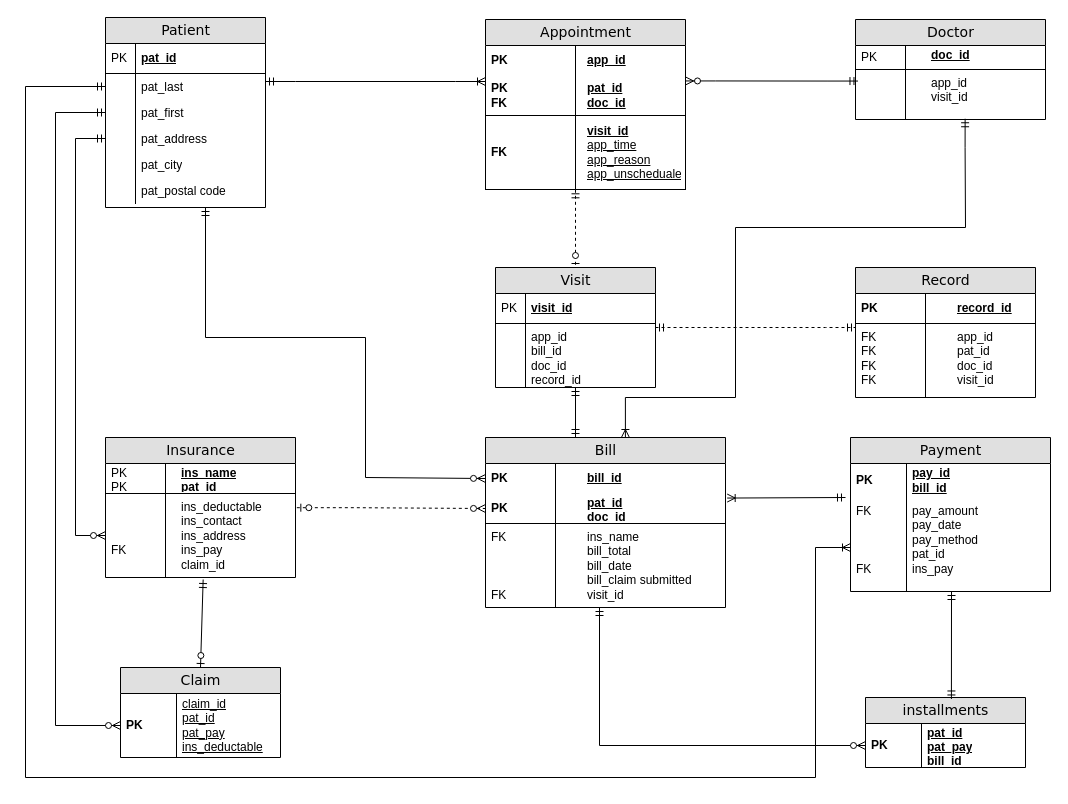
Above: Untitled Diagram.drawio in mushyshah/Project-X (draw.io), before the change. Source tidied: cells renumbered, new cells numbered last; positions are measured from the earlier drawing's top-left corner, leaving out a move shared by most shapes. Both pictures are drawn from the tidied source at 100%, with x=0, y=0 at pixel (25, 17).
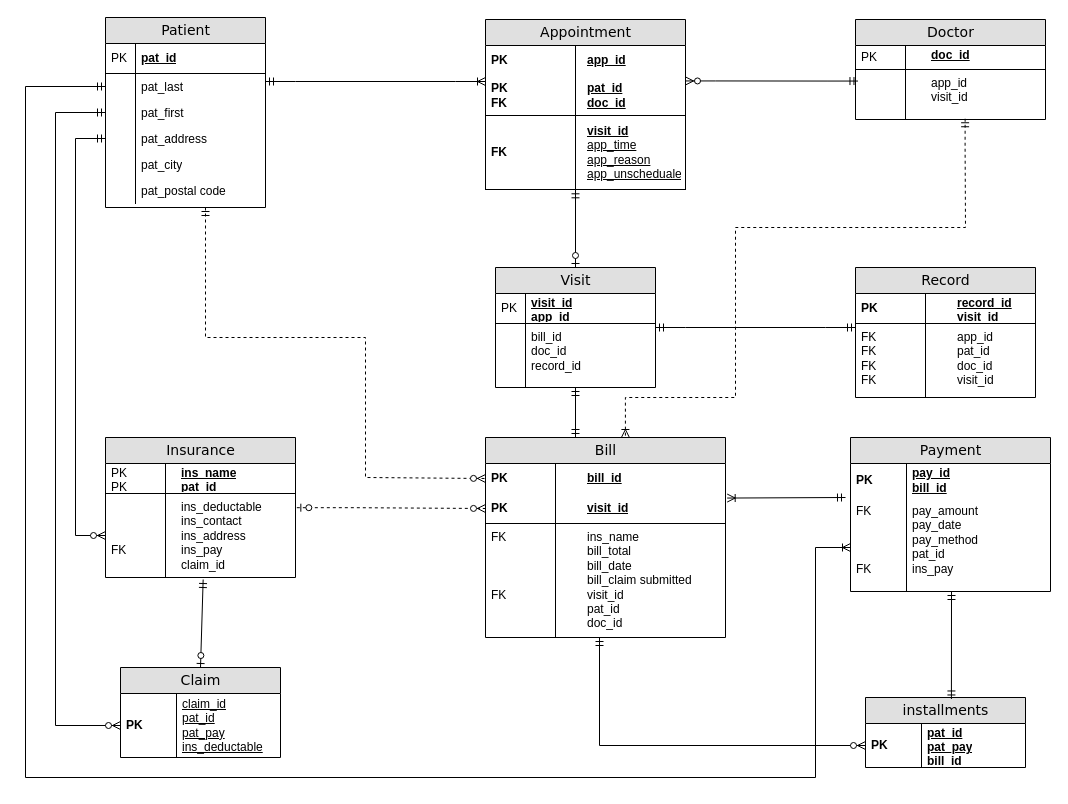
Above is the later version.

The change refers to these unchanged cells:
```xml
<mxCell id="7" value="&lt;blockquote style=&quot;margin: 0 0 0 40px; border: none; padding: 0px;&quot;&gt;visit_id&lt;/blockquote&gt;&lt;blockquote style=&quot;margin: 0 0 0 40px; border: none; padding: 0px;&quot;&gt;&lt;span style=&quot;font-weight: normal;&quot;&gt;app_time&lt;/span&gt;&lt;/blockquote&gt;&lt;blockquote style=&quot;margin: 0 0 0 40px; border: none; padding: 0px;&quot;&gt;&lt;span style=&quot;font-weight: normal;&quot;&gt;app_reason&lt;/span&gt;&lt;/blockquote&gt;&lt;blockquote style=&quot;margin: 0 0 0 40px; border: none; padding: 0px;&quot;&gt;&lt;span style=&quot;font-weight: normal;&quot;&gt;app_unschedualed&lt;/span&gt;&lt;/blockquote&gt;" style="shape=partialRectangle;top=0;left=0;right=0;bottom=1;html=1;align=left;verticalAlign=middle;fillColor=none;spacingLeft=60;spacingRight=4;whiteSpace=wrap;overflow=hidden;points=[[0,0.5],[1,0.5]];portConstraint=eastwest;fontStyle=5;" parent="2" vertex="1">
  <mxGeometry y="96" width="200" height="74" as="geometry" />
</mxCell>
<mxCell id="12" value="&lt;blockquote style=&quot;margin: 0 0 0 40px; border: none; padding: 0px;&quot;&gt;app_id&lt;/blockquote&gt;&lt;blockquote style=&quot;margin: 0 0 0 40px; border: none; padding: 0px;&quot;&gt;visit_id&lt;/blockquote&gt;&lt;blockquote style=&quot;margin: 0 0 0 40px; border: none; padding: 0px;&quot;&gt;&lt;br&gt;&lt;/blockquote&gt;" style="shape=partialRectangle;top=0;left=0;right=0;bottom=0;html=1;align=left;verticalAlign=top;fillColor=none;spacingLeft=34;spacingRight=4;whiteSpace=wrap;overflow=hidden;points=[[0,0.5],[1,0.5]];portConstraint=eastwest;" parent="9" vertex="1">
  <mxGeometry y="50" width="190" height="50" as="geometry" />
</mxCell>
<mxCell id="19" value="Visit" style="swimlane;html=1;fontStyle=0;horizontal=1;startSize=26;fillColor=#e0e0e0;swimlaneFillColor=#ffffff;align=center;rounded=0;shadow=0;comic=0;labelBackgroundColor=none;strokeWidth=1;fontFamily=Verdana;fontSize=14;" parent="1" vertex="1">
  <mxGeometry x="470" y="250" width="160" height="120" as="geometry" />
</mxCell>
<mxCell id="24" value="Record" style="swimlane;html=1;fontStyle=0;horizontal=1;startSize=26;fillColor=#e0e0e0;swimlaneFillColor=#ffffff;align=center;rounded=0;shadow=0;comic=0;labelBackgroundColor=none;strokeWidth=1;fontFamily=Verdana;fontSize=14;" parent="1" vertex="1">
  <mxGeometry x="830" y="250" width="180" height="130" as="geometry" />
</mxCell>
<mxCell id="27" value="&lt;blockquote style=&quot;margin: 0 0 0 40px; border: none; padding: 0px;&quot;&gt;app_id&lt;/blockquote&gt;&lt;blockquote style=&quot;margin: 0 0 0 40px; border: none; padding: 0px;&quot;&gt;pat_id&lt;/blockquote&gt;&lt;blockquote style=&quot;margin: 0 0 0 40px; border: none; padding: 0px;&quot;&gt;doc_id&lt;/blockquote&gt;&lt;blockquote style=&quot;margin: 0 0 0 40px; border: none; padding: 0px;&quot;&gt;visit_id&lt;/blockquote&gt;" style="shape=partialRectangle;top=0;left=0;right=0;bottom=0;html=1;align=left;verticalAlign=top;fillColor=none;spacingLeft=60;spacingRight=4;whiteSpace=wrap;overflow=hidden;points=[[0,0.5],[1,0.5]];portConstraint=eastwest;" parent="24" vertex="1">
  <mxGeometry y="56" width="180" height="74" as="geometry" />
</mxCell>
<mxCell id="38" value="&lt;blockquote style=&quot;margin: 0 0 0 40px; border: none; padding: 0px;&quot;&gt;bill_id&lt;/blockquote&gt;" style="shape=partialRectangle;top=0;left=0;right=0;bottom=0;html=1;align=left;verticalAlign=middle;fillColor=none;spacingLeft=60;spacingRight=4;whiteSpace=wrap;overflow=hidden;points=[[0,0.5],[1,0.5]];portConstraint=eastwest;fontStyle=5;" parent="37" vertex="1">
  <mxGeometry y="26" width="240" height="30" as="geometry" />
</mxCell>
```

Change to the diagram source:
```diff
@@
-    <mxCell id="20" value="visit_id" style="shape=partialRectangle;top=0;left=0;right=0;bottom=1;html=1;align=left;verticalAlign=middle;fillColor=none;spacingLeft=34;spacingRight=4;whiteSpace=wrap;overflow=hidden;fontStyle=5;" parent="19" vertex="1">
+    <mxCell id="20" value="visit_id&lt;br&gt;app_id" style="shape=partialRectangle;top=0;left=0;right=0;bottom=1;html=1;align=left;verticalAlign=middle;fillColor=none;spacingLeft=34;spacingRight=4;whiteSpace=wrap;overflow=hidden;fontStyle=5;" parent="19" vertex="1">
       <mxGeometry y="26" width="160" height="30" as="geometry" />
     </mxCell>
@@
-    <mxCell id="22" value="app_id&lt;br&gt;bill_id&lt;br&gt;doc_id&lt;br&gt;record_id" style="shape=partialRectangle;top=0;left=0;right=0;bottom=0;html=1;align=left;verticalAlign=top;fillColor=none;spacingLeft=34;spacingRight=4;whiteSpace=wrap;overflow=hidden;" parent="19" vertex="1">
+    <mxCell id="22" value="bill_id&lt;br&gt;doc_id&lt;br&gt;record_id" style="shape=partialRectangle;top=0;left=0;right=0;bottom=0;html=1;align=left;verticalAlign=top;fillColor=none;spacingLeft=34;spacingRight=4;whiteSpace=wrap;overflow=hidden;" parent="19" vertex="1">
       <mxGeometry y="56" width="160" height="64" as="geometry" />
     </mxCell>
@@
-    <mxCell id="25" value="&lt;blockquote style=&quot;margin: 0 0 0 40px; border: none; padding: 0px;&quot;&gt;record_id&lt;/blockquote&gt;" style="shape=partialRectangle;top=0;left=0;right=0;bottom=1;html=1;align=left;verticalAlign=middle;fillColor=none;spacingLeft=60;spacingRight=4;whiteSpace=wrap;overflow=hidden;fontStyle=5;" parent="24" vertex="1">
+    <mxCell id="25" value="&lt;blockquote style=&quot;margin: 0 0 0 40px; border: none; padding: 0px;&quot;&gt;record_id&lt;/blockquote&gt;&lt;blockquote style=&quot;margin: 0 0 0 40px; border: none; padding: 0px;&quot;&gt;visit_id&lt;/blockquote&gt;" style="shape=partialRectangle;top=0;left=0;right=0;bottom=1;html=1;align=left;verticalAlign=middle;fillColor=none;spacingLeft=60;spacingRight=4;whiteSpace=wrap;overflow=hidden;fontStyle=5;" parent="24" vertex="1">
       <mxGeometry y="26" width="180" height="30" as="geometry" />
     </mxCell>
@@
     <mxCell id="37" value="Bill" style="swimlane;html=1;fontStyle=0;horizontal=1;startSize=26;fillColor=#e0e0e0;swimlaneFillColor=#ffffff;align=center;rounded=0;shadow=0;comic=0;labelBackgroundColor=none;strokeWidth=1;fontFamily=Verdana;fontSize=14;" parent="1" vertex="1">
-      <mxGeometry x="460" y="420" width="240" height="170" as="geometry" />
+      <mxGeometry x="460" y="420" width="240" height="200" as="geometry" />
     </mxCell>
@@
-    <mxCell id="40" value="&lt;blockquote style=&quot;margin: 0 0 0 40px; border: none; padding: 0px;&quot;&gt;pat_id&lt;/blockquote&gt;&lt;blockquote style=&quot;margin: 0 0 0 40px; border: none; padding: 0px;&quot;&gt;doc_id&lt;/blockquote&gt;" style="shape=partialRectangle;top=0;left=0;right=0;bottom=1;html=1;align=left;verticalAlign=middle;fillColor=none;spacingLeft=60;spacingRight=4;whiteSpace=wrap;overflow=hidden;points=[[0,0.5],[1,0.5]];portConstraint=eastwest;fontStyle=5;" parent="37" vertex="1">
+    <mxCell id="40" value="&lt;blockquote style=&quot;margin: 0 0 0 40px; border: none; padding: 0px;&quot;&gt;visit_id&lt;/blockquote&gt;" style="shape=partialRectangle;top=0;left=0;right=0;bottom=1;html=1;align=left;verticalAlign=middle;fillColor=none;spacingLeft=60;spacingRight=4;whiteSpace=wrap;overflow=hidden;points=[[0,0.5],[1,0.5]];portConstraint=eastwest;fontStyle=5;" parent="37" vertex="1">
       <mxGeometry y="56" width="240" height="30" as="geometry" />
     </mxCell>
@@
-    <mxCell id="42" value="&lt;blockquote style=&quot;margin: 0 0 0 40px; border: none; padding: 0px;&quot;&gt;ins_name&lt;br&gt;bill_total&lt;br&gt;bill_date&lt;br&gt;bill_claim submitted&lt;br&gt;visit_id&lt;/blockquote&gt;" style="shape=partialRectangle;top=0;left=0;right=0;bottom=0;html=1;align=left;verticalAlign=top;fillColor=none;spacingLeft=60;spacingRight=4;whiteSpace=wrap;overflow=hidden;points=[[0,0.5],[1,0.5]];portConstraint=eastwest;" parent="37" vertex="1">
-      <mxGeometry y="86" width="240" height="84" as="geometry" />
+    <mxCell id="42" value="&lt;blockquote style=&quot;margin: 0 0 0 40px; border: none; padding: 0px;&quot;&gt;ins_name&lt;br&gt;bill_total&lt;br&gt;bill_date&lt;br&gt;bill_claim submitted&lt;br&gt;visit_id&lt;/blockquote&gt;&lt;blockquote style=&quot;margin: 0 0 0 40px; border: none; padding: 0px;&quot;&gt;pat_id&lt;/blockquote&gt;&lt;blockquote style=&quot;margin: 0 0 0 40px; border: none; padding: 0px;&quot;&gt;doc_id&lt;/blockquote&gt;" style="shape=partialRectangle;top=0;left=0;right=0;bottom=0;html=1;align=left;verticalAlign=top;fillColor=none;spacingLeft=60;spacingRight=4;whiteSpace=wrap;overflow=hidden;points=[[0,0.5],[1,0.5]];portConstraint=eastwest;" parent="37" vertex="1">
+      <mxGeometry y="86" width="240" height="114" as="geometry" />
     </mxCell>
     <mxCell id="43" value="FK&lt;br&gt;&lt;br&gt;&lt;br&gt;&lt;br&gt;FK" style="shape=partialRectangle;top=0;left=0;bottom=0;html=1;fillColor=none;align=left;verticalAlign=top;spacingLeft=4;spacingRight=4;whiteSpace=wrap;overflow=hidden;" parent="42" vertex="1">
-      <mxGeometry width="70" height="84" as="geometry" />
+      <mxGeometry width="70" height="114" as="geometry" />
     </mxCell>
@@
-    <mxCell id="64" style="fontSize=12;html=1;endArrow=ERzeroToOne;startArrow=ERmandOne;rounded=0;exitX=0.45;exitY=1.004;exitDx=0;exitDy=0;exitPerimeter=0;dashed=1;" parent="1" edge="1" source="7" target="19">
+    <mxCell id="64" style="fontSize=12;html=1;endArrow=ERzeroToOne;startArrow=ERmandOne;rounded=0;exitX=0.45;exitY=1.004;exitDx=0;exitDy=0;exitPerimeter=0;" parent="1" edge="1" source="7" target="19">
       <mxGeometry relative="1" as="geometry" />
     </mxCell>
-    <mxCell id="65" style="edgeStyle=entityRelationEdgeStyle;fontSize=12;html=1;endArrow=ERmandOne;startArrow=ERmandOne;rounded=0;entryX=0;entryY=0.054;entryDx=0;entryDy=0;entryPerimeter=0;dashed=1;" parent="1" edge="1" target="27">
+    <mxCell id="65" style="edgeStyle=entityRelationEdgeStyle;fontSize=12;html=1;endArrow=ERmandOne;startArrow=ERmandOne;rounded=0;entryX=0;entryY=0.054;entryDx=0;entryDy=0;entryPerimeter=0;" parent="1" edge="1" target="27">
       <mxGeometry relative="1" as="geometry">
         <mxPoint x="630" y="310" as="sourcePoint" />
       </mxGeometry>
     </mxCell>
-    <mxCell id="66" style="edgeStyle=orthogonalEdgeStyle;fontSize=12;html=1;endArrow=ERoneToMany;startArrow=ERmandOne;rounded=0;exitX=0.577;exitY=0.985;exitDx=0;exitDy=0;exitPerimeter=0;entryX=0.583;entryY=0;entryDx=0;entryDy=0;entryPerimeter=0;" parent="1" edge="1" source="12" target="37">
+    <mxCell id="66" style="edgeStyle=orthogonalEdgeStyle;fontSize=12;html=1;endArrow=ERoneToMany;startArrow=ERmandOne;rounded=0;exitX=0.577;exitY=0.985;exitDx=0;exitDy=0;exitPerimeter=0;entryX=0.583;entryY=0;entryDx=0;entryDy=0;entryPerimeter=0;dashed=1;" parent="1" edge="1" source="12" target="37">
       <mxGeometry relative="1" as="geometry">
         <Array as="points">
           <mxPoint x="940" y="130" />
           <mxPoint x="940" y="210" />
           <mxPoint x="710" y="210" />
           <mxPoint x="710" y="380" />
           <mxPoint x="600" y="380" />
         </Array>
       </mxGeometry>
     </mxCell>
@@
-    <mxCell id="68" style="edgeStyle=orthogonalEdgeStyle;fontSize=12;html=1;endArrow=ERzeroToMany;startArrow=ERmandOne;rounded=0;entryX=0;entryY=0.5;entryDx=0;entryDy=0;" parent="1" edge="1" target="38">
+    <mxCell id="68" style="edgeStyle=orthogonalEdgeStyle;fontSize=12;html=1;endArrow=ERzeroToMany;startArrow=ERmandOne;rounded=0;entryX=0;entryY=0.5;entryDx=0;entryDy=0;dashed=1;" parent="1" edge="1" target="38">
       <mxGeometry relative="1" as="geometry">
         <mxPoint x="180" y="190" as="sourcePoint" />
         <Array as="points">
           <mxPoint x="180" y="320" />
           <mxPoint x="340" y="320" />
           <mxPoint x="340" y="460" />
           <mxPoint x="460" y="460" />
         </Array>
       </mxGeometry>
     </mxCell>
```
